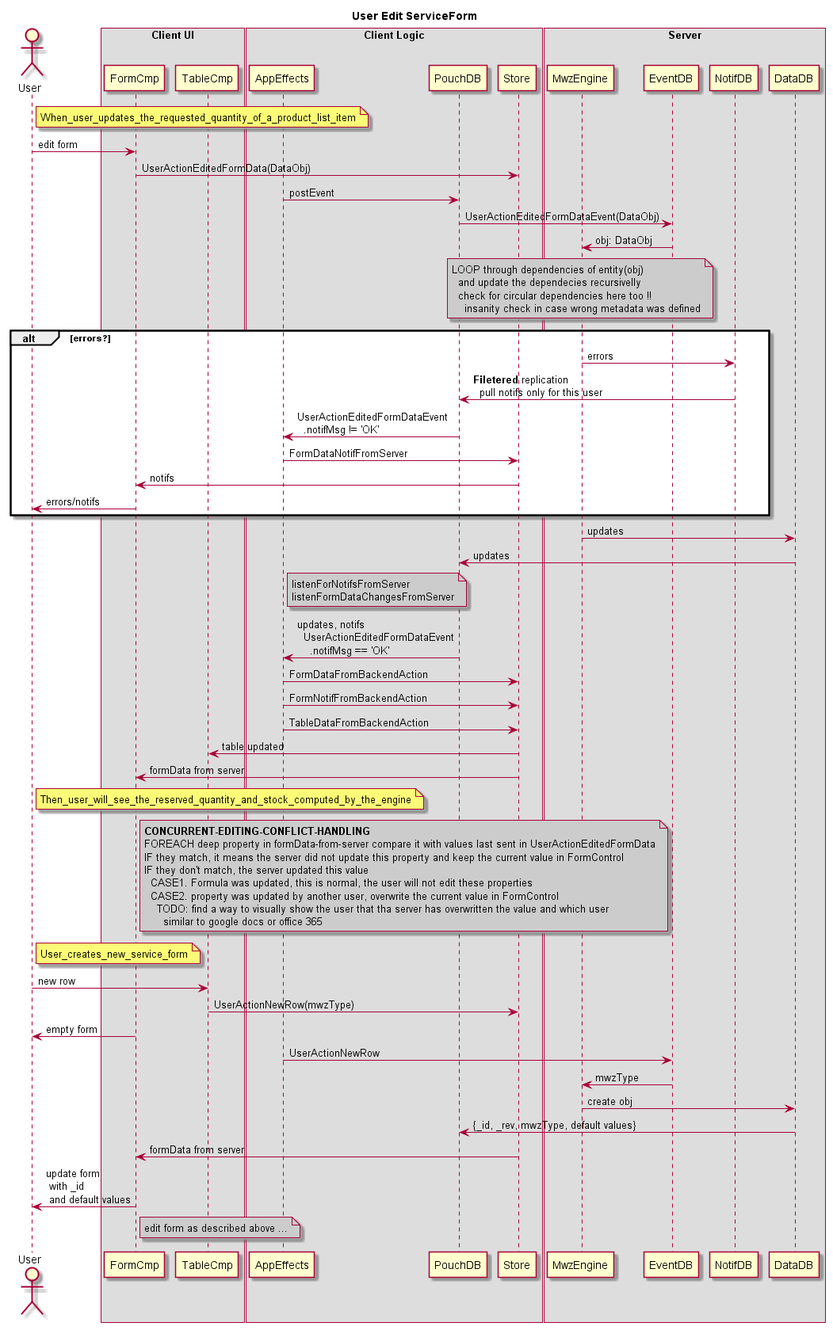
Earlier version of the PlantUML export docs/img/docs/edit_flow.png (formuladb/poc1).
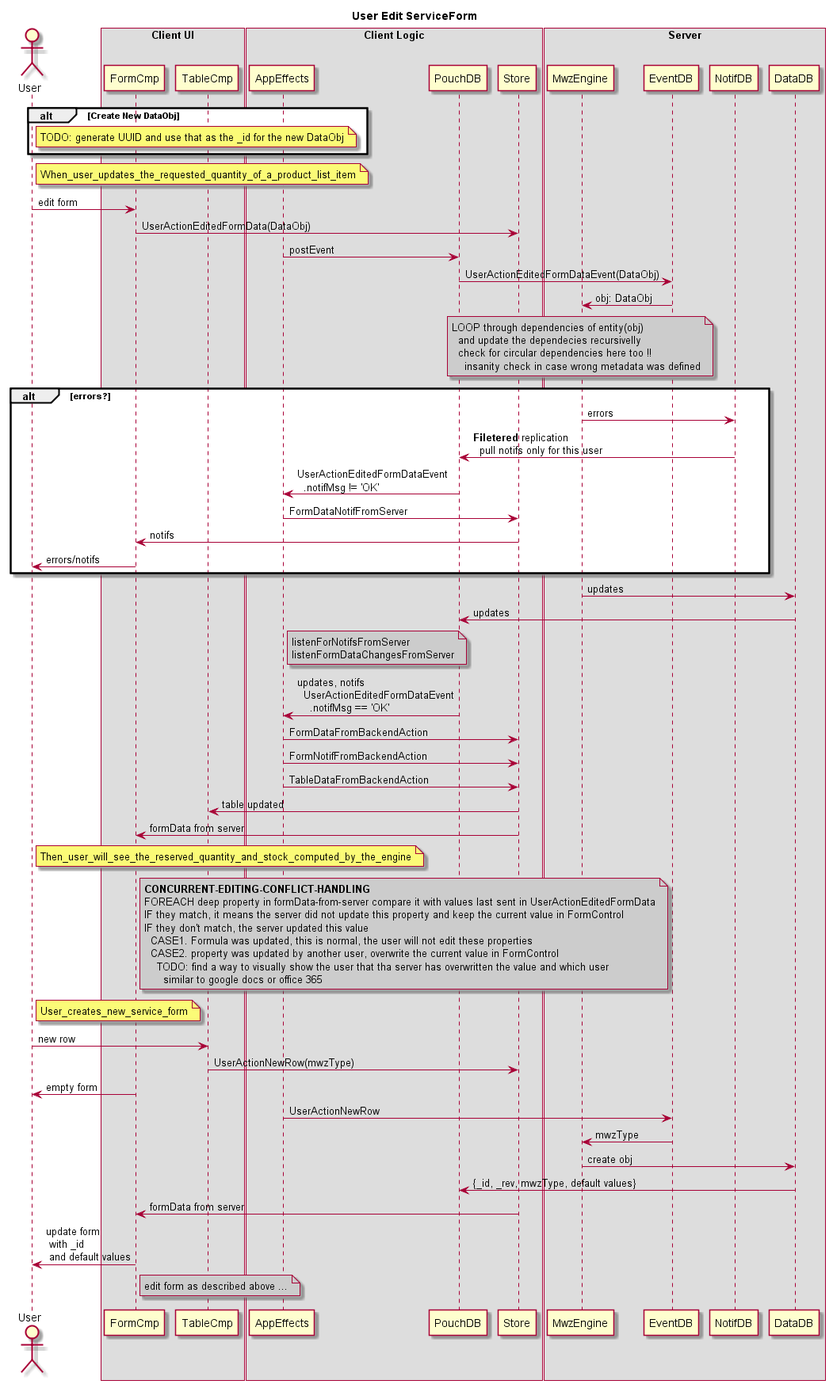
After the commit.

The edit, as a diff of the source:
```diff
@@ -18,6 +18,10 @@
     participant NotifDB
     participant DataDB
 end box
+
+alt Create New DataObj
+    note right of User: TODO: generate UUID and use that as the _id for the new DataObj
+end
 
 note right of User: When_user_updates_the_requested_quantity_of_a_product_list_item
 
```
